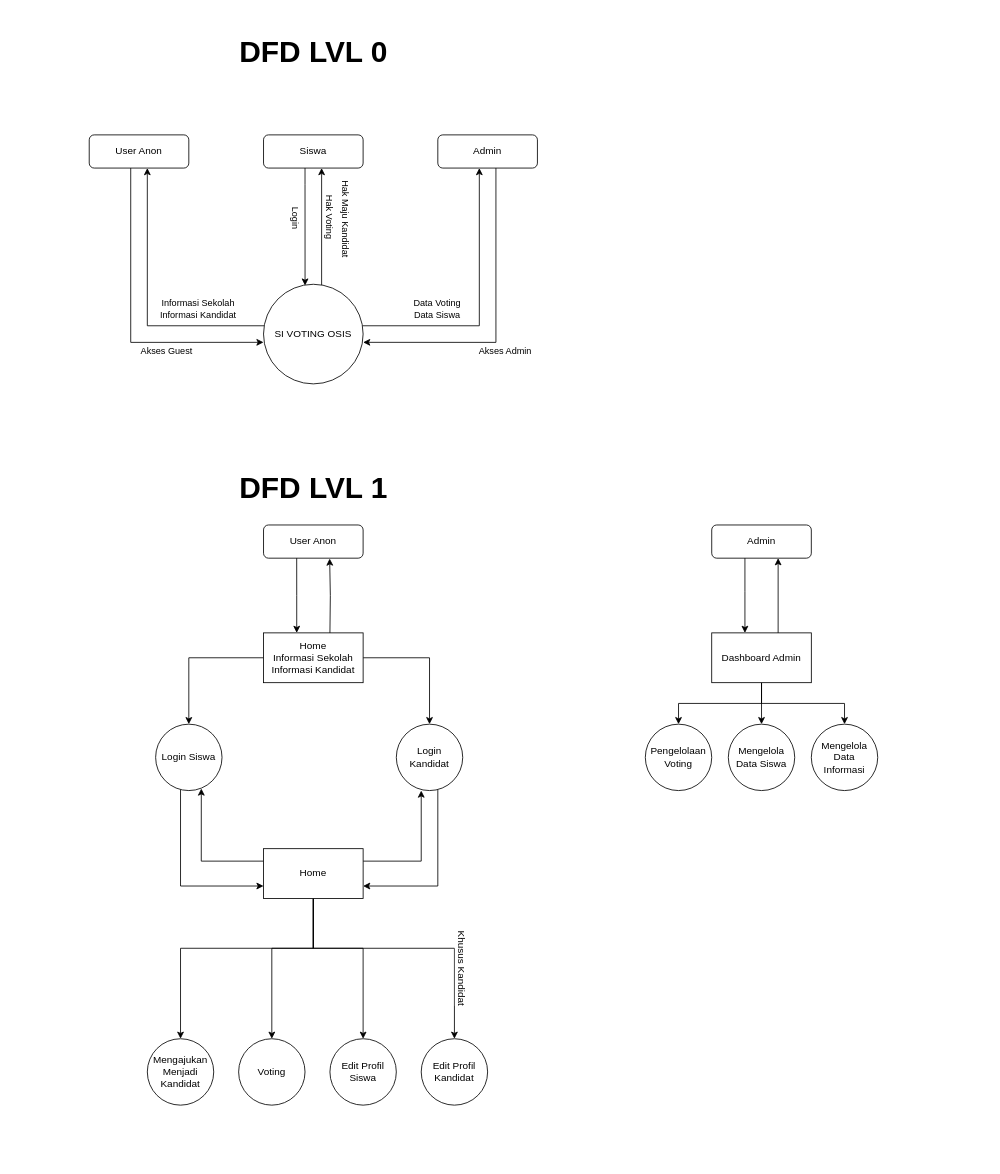
Before: page "DFD LVL 0, 1" (1 of 3) of DFD Voting OSIS.drawio in bintang-prayoga/erd-voting-osis, a draw.io diagram. Source tidied: cells renumbered, new cells numbered last; positions are measured from the earlier drawing's top-left corner, leaving out a move shared by most shapes. Both pictures are drawn from the tidied source at 83%, with x=0, y=0 at pixel (89, 14).
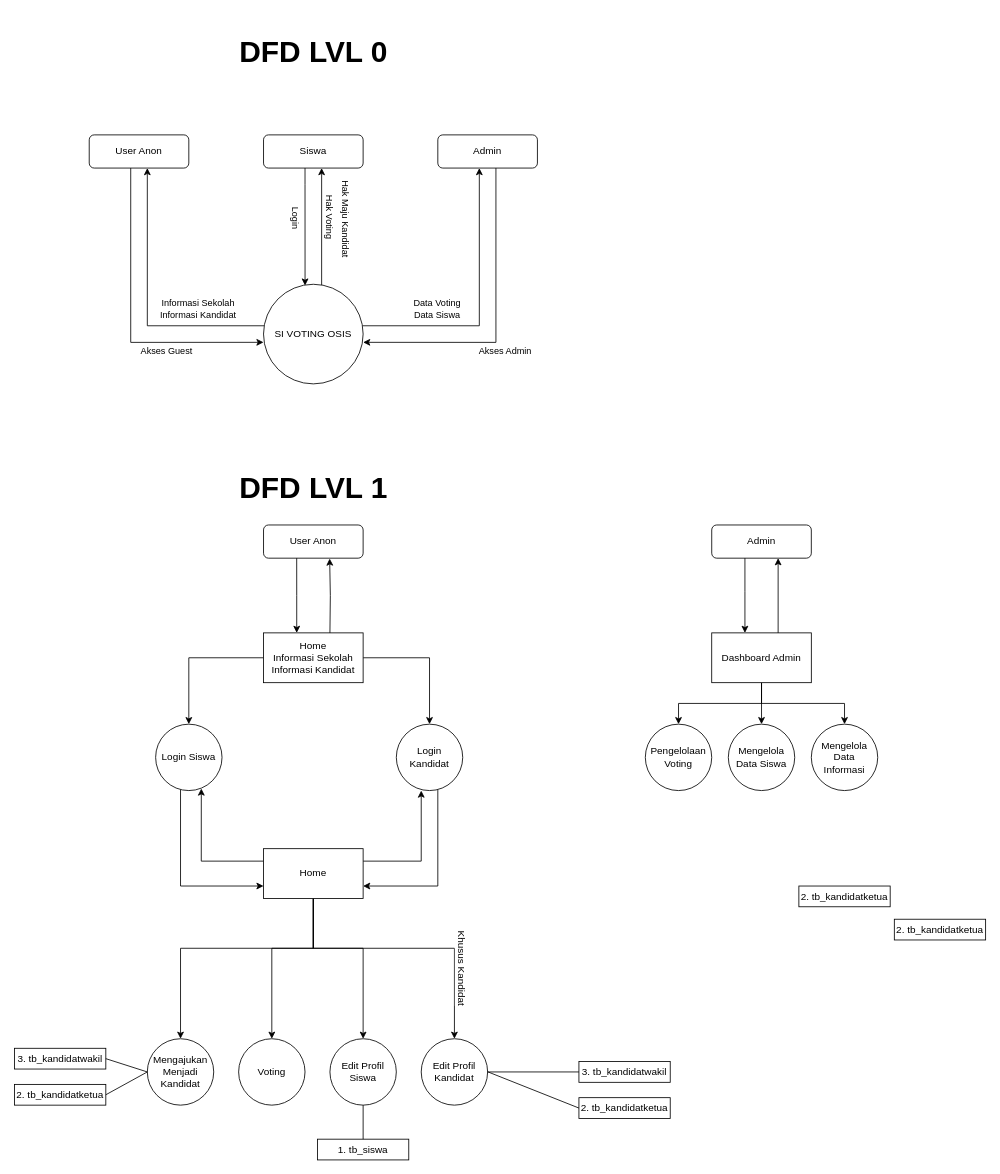
Above is the later version.

The change refers to these unchanged cells:
```xml
<mxCell id="37" value="Edit Profil Siswa" style="ellipse;whiteSpace=wrap;html=1;fontFamily=Helvetica;fontSize=12;" parent="1" vertex="1">
  <mxGeometry x="290" y="1234" width="80" height="80" as="geometry" />
</mxCell>
<mxCell id="38" value="Edit Profil Kandidat" style="ellipse;whiteSpace=wrap;html=1;fontFamily=Helvetica;fontSize=12;" parent="1" vertex="1">
  <mxGeometry x="400" y="1234" width="80" height="80" as="geometry" />
</mxCell>
<mxCell id="39" value="Mengajukan&lt;br&gt;Menjadi Kandidat" style="ellipse;whiteSpace=wrap;html=1;fontFamily=Helvetica;fontSize=12;" parent="1" vertex="1">
  <mxGeometry x="70" y="1234" width="80" height="80" as="geometry" />
</mxCell>
```

Diff of the diagram source:
```diff
@@
+    <mxCell id="52" value="2. tb_kandidatketua" style="rounded=0;whiteSpace=wrap;html=1;shadow=0;" parent="1" vertex="1">
+      <mxGeometry x="590" y="1305" width="110" height="25" as="geometry" />
+    </mxCell>
+    <mxCell id="53" value="3. tb_kandidatwakil" style="rounded=0;whiteSpace=wrap;html=1;shadow=0;" parent="1" vertex="1">
+      <mxGeometry x="590" y="1261.5" width="110" height="25" as="geometry" />
+    </mxCell>
+    <mxCell id="54" value="2. tb_kandidatketua" style="rounded=0;whiteSpace=wrap;html=1;shadow=0;" parent="1" vertex="1">
+      <mxGeometry x="855" y="1050" width="110" height="25" as="geometry" />
+    </mxCell>
+    <mxCell id="55" value="2. tb_kandidatketua" style="rounded=0;whiteSpace=wrap;html=1;shadow=0;" parent="1" vertex="1">
+      <mxGeometry x="970" y="1090" width="110" height="25" as="geometry" />
+    </mxCell>
+    <mxCell id="56" value="1. tb_siswa" style="rounded=0;whiteSpace=wrap;html=1;shadow=0;" parent="1" vertex="1">
+      <mxGeometry x="275" y="1355" width="110" height="25" as="geometry" />
+    </mxCell>
+    <mxCell id="57" style="endArrow=none;html=1;rounded=0;entryX=0.5;entryY=1;entryDx=0;entryDy=0;" parent="1" edge="1" target="37">
+      <mxGeometry relative="1" as="geometry">
+        <mxPoint x="330" y="1355" as="sourcePoint" />
+      </mxGeometry>
+    </mxCell>
+    <mxCell id="58" style="endArrow=none;html=1;rounded=0;entryX=1;entryY=0.5;entryDx=0;entryDy=0;exitX=0;exitY=0.5;exitDx=0;exitDy=0;" parent="1" edge="1" source="53" target="38">
+      <mxGeometry relative="1" as="geometry" />
+    </mxCell>
+    <mxCell id="59" style="endArrow=none;html=1;rounded=0;entryX=1;entryY=0.5;entryDx=0;entryDy=0;exitX=0;exitY=0.5;exitDx=0;exitDy=0;" parent="1" edge="1" source="52">
+      <mxGeometry relative="1" as="geometry">
+        <mxPoint x="480" y="1273.8" as="targetPoint" />
+      </mxGeometry>
+    </mxCell>
+    <mxCell id="60" value="2. tb_kandidatketua" style="rounded=0;whiteSpace=wrap;html=1;shadow=0;" parent="1" vertex="1">
+      <mxGeometry x="-90" y="1289" width="110" height="25" as="geometry" />
+    </mxCell>
+    <mxCell id="61" value="3. tb_kandidatwakil" style="rounded=0;whiteSpace=wrap;html=1;shadow=0;" parent="1" vertex="1">
+      <mxGeometry x="-90" y="1245.5" width="110" height="25" as="geometry" />
+    </mxCell>
+    <mxCell id="62" style="endArrow=none;html=1;rounded=0;entryX=1;entryY=0.5;entryDx=0;entryDy=0;exitX=0;exitY=0.5;exitDx=0;exitDy=0;" parent="1" edge="1" source="39" target="60">
+      <mxGeometry relative="1" as="geometry" />
+    </mxCell>
+    <mxCell id="63" style="endArrow=none;html=1;rounded=0;entryX=1;entryY=0.5;entryDx=0;entryDy=0;exitX=0;exitY=0.5;exitDx=0;exitDy=0;" parent="1" edge="1" source="39" target="61">
+      <mxGeometry relative="1" as="geometry" />
+    </mxCell>
```
